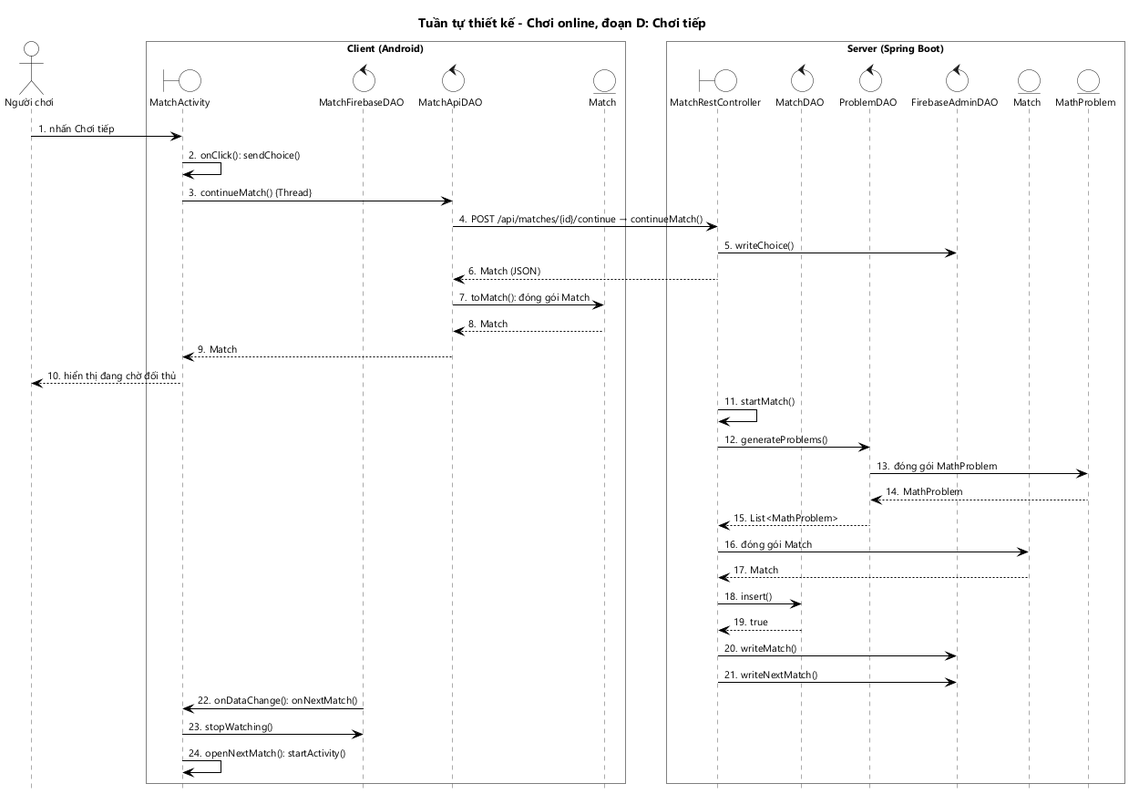
Before: docs/hung/tuan-tu-thiet-ke-uc03d.png, a diagram exported from PlantUML (HungNguyenBa1811/math-dash). The source it was exported from:
```plantuml
@startuml tuan-tu-thiet-ke-uc03d
!include _seq.iuml
title Tuần tự thiết kế - Chơi online, đoạn D: Chơi tiếp

actor "Người chơi" as U
box "Client (Android)" #FFFFFF
boundary MatchActivity as GA
control MatchFirebaseDAO as MFD
control MatchApiDAO as MAD
entity Match as M
end box
box "Server (Spring Boot)" #FFFFFF
boundary "MatchRestController" as MRC
control "MatchDAO" as MD
control "ProblemDAO" as PRD
control "FirebaseAdminDAO" as FAD
entity "Match" as SM
entity "MathProblem" as SQ
end box

U -> GA : nhấn Chơi tiếp
GA -> GA : onClick(): sendChoice()
GA -> MAD : continueMatch() {Thread}
MAD -> MRC : POST /api/matches/{id}/continue → continueMatch()
MRC -> FAD : writeChoice()
MRC --> MAD : Match (JSON)
MAD -> M : toMatch(): đóng gói Match
M --> MAD : Match
MAD --> GA : Match
GA --> U : hiển thị đang chờ đối thủ
MRC -> MRC : startMatch()
MRC -> PRD : generateProblems()
PRD -> SQ : đóng gói MathProblem
SQ --> PRD : MathProblem
PRD --> MRC : List<MathProblem>
MRC -> SM : đóng gói Match
SM --> MRC : Match
MRC -> MD : insert()
MD --> MRC : true
MRC -> FAD : writeMatch()
MRC -> FAD : writeNextMatch()
MFD -> GA : onDataChange(): onNextMatch()
GA -> MFD : stopWatching()
GA -> GA : openNextMatch(): startActivity()
@enduml
```
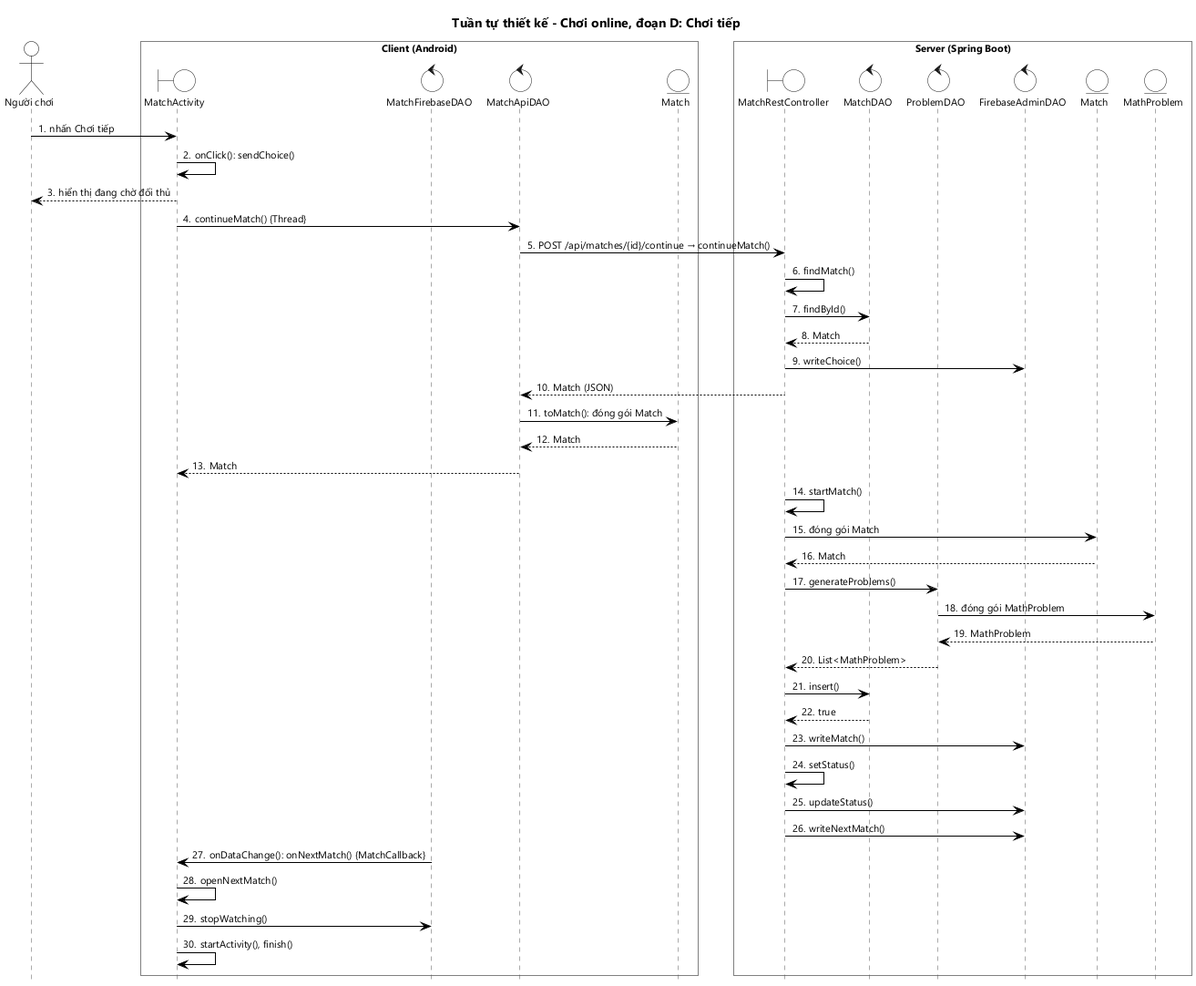
After the change.

Diff of the diagram source:
```diff
@@ -20,26 +20,32 @@
 
 U -> GA : nhấn Chơi tiếp
 GA -> GA : onClick(): sendChoice()
+GA --> U : hiển thị đang chờ đối thủ
 GA -> MAD : continueMatch() {Thread}
 MAD -> MRC : POST /api/matches/{id}/continue → continueMatch()
+MRC -> MRC : findMatch()
+MRC -> MD : findById()
+MD --> MRC : Match
 MRC -> FAD : writeChoice()
 MRC --> MAD : Match (JSON)
 MAD -> M : toMatch(): đóng gói Match
 M --> MAD : Match
 MAD --> GA : Match
-GA --> U : hiển thị đang chờ đối thủ
 MRC -> MRC : startMatch()
+MRC -> SM : đóng gói Match
+SM --> MRC : Match
 MRC -> PRD : generateProblems()
 PRD -> SQ : đóng gói MathProblem
 SQ --> PRD : MathProblem
 PRD --> MRC : List<MathProblem>
-MRC -> SM : đóng gói Match
-SM --> MRC : Match
 MRC -> MD : insert()
 MD --> MRC : true
 MRC -> FAD : writeMatch()
+MRC -> MRC : setStatus()
+MRC -> FAD : updateStatus()
 MRC -> FAD : writeNextMatch()
-MFD -> GA : onDataChange(): onNextMatch()
+MFD -> GA : onDataChange(): onNextMatch() {MatchCallback}
+GA -> GA : openNextMatch()
 GA -> MFD : stopWatching()
-GA -> GA : openNextMatch(): startActivity()
+GA -> GA : startActivity(), finish()
 @enduml
```
